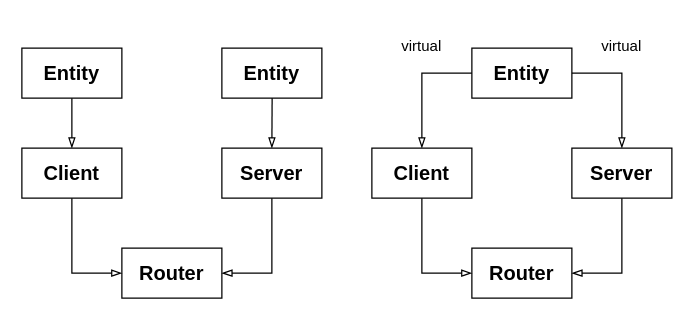
Before: projects/examples/source/03.14.drawio in i-s-m-mipt/Education, a draw.io diagram. Source tidied: cells renumbered, new cells numbered last; positions are measured from the earlier drawing's top-left corner, leaving out a move shared by most shapes. Both pictures are drawn from the tidied source at 125%, with x=0, y=0 at pixel (21, 21).
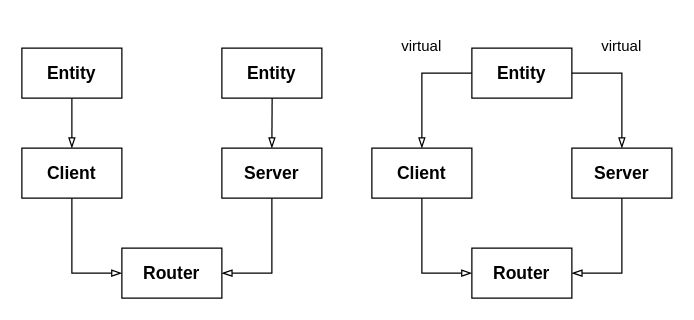
The same diagram, later.

Change to the diagram source:
```diff
@@
-    <mxCell id="5" value="&lt;b&gt;&lt;font face=&quot;Helvetica&quot; style=&quot;font-size: 16px;&quot;&gt;Entity&lt;/font&gt;&lt;/b&gt;" style="rounded=0;whiteSpace=wrap;html=1;fillColor=none;" parent="1" vertex="1">
+    <mxCell id="5" value="&lt;b&gt;&lt;font face=&quot;Helvetica&quot;&gt;Entity&lt;/font&gt;&lt;/b&gt;" style="rounded=0;whiteSpace=wrap;html=1;fillColor=none;fontSize=14;" parent="1" vertex="1">
       <mxGeometry y="21" width="80" height="40" as="geometry" />
     </mxCell>
-    <mxCell id="6" value="&lt;b&gt;&lt;font face=&quot;Helvetica&quot; style=&quot;font-size: 16px;&quot;&gt;Entity&lt;/font&gt;&lt;/b&gt;" style="rounded=0;whiteSpace=wrap;html=1;fillColor=none;" parent="1" vertex="1">
+    <mxCell id="6" value="&lt;b&gt;&lt;font face=&quot;Helvetica&quot;&gt;Entity&lt;/font&gt;&lt;/b&gt;" style="rounded=0;whiteSpace=wrap;html=1;fillColor=none;fontSize=14;" parent="1" vertex="1">
       <mxGeometry x="160" y="21" width="80" height="40" as="geometry" />
     </mxCell>
-    <mxCell id="7" value="&lt;b&gt;&lt;font face=&quot;Helvetica&quot; style=&quot;font-size: 16px;&quot;&gt;Client&lt;/font&gt;&lt;/b&gt;" style="rounded=0;whiteSpace=wrap;html=1;" parent="1" vertex="1">
+    <mxCell id="7" value="&lt;b&gt;&lt;font face=&quot;Helvetica&quot;&gt;Client&lt;/font&gt;&lt;/b&gt;" style="rounded=0;whiteSpace=wrap;html=1;fontSize=14;" parent="1" vertex="1">
       <mxGeometry y="101" width="80" height="40" as="geometry" />
     </mxCell>
-    <mxCell id="8" value="&lt;b&gt;&lt;font face=&quot;Helvetica&quot; style=&quot;font-size: 16px;&quot;&gt;Server&lt;/font&gt;&lt;/b&gt;" style="rounded=0;whiteSpace=wrap;html=1;" parent="1" vertex="1">
+    <mxCell id="8" value="&lt;b&gt;&lt;font face=&quot;Helvetica&quot;&gt;Server&lt;/font&gt;&lt;/b&gt;" style="rounded=0;whiteSpace=wrap;html=1;fontSize=14;" parent="1" vertex="1">
       <mxGeometry x="160" y="101" width="80" height="40" as="geometry" />
     </mxCell>
-    <mxCell id="9" value="&lt;b&gt;&lt;font face=&quot;Helvetica&quot; style=&quot;font-size: 16px;&quot;&gt;Router&lt;/font&gt;&lt;/b&gt;" style="rounded=0;whiteSpace=wrap;html=1;" parent="1" vertex="1">
+    <mxCell id="9" value="&lt;b&gt;&lt;font face=&quot;Helvetica&quot;&gt;Router&lt;/font&gt;&lt;/b&gt;" style="rounded=0;whiteSpace=wrap;html=1;fontSize=14;" parent="1" vertex="1">
       <mxGeometry x="80" y="181" width="80" height="40" as="geometry" />
     </mxCell>
@@
-    <mxCell id="14" value="&lt;b&gt;&lt;font face=&quot;Helvetica&quot; style=&quot;font-size: 16px;&quot;&gt;Entity&lt;/font&gt;&lt;/b&gt;" style="rounded=0;whiteSpace=wrap;html=1;fillColor=none;" parent="1" vertex="1">
+    <mxCell id="14" value="&lt;b&gt;&lt;font face=&quot;Helvetica&quot;&gt;Entity&lt;/font&gt;&lt;/b&gt;" style="rounded=0;whiteSpace=wrap;html=1;fillColor=none;fontSize=14;" parent="1" vertex="1">
       <mxGeometry x="360" y="21" width="80" height="40" as="geometry" />
     </mxCell>
-    <mxCell id="15" value="&lt;b&gt;&lt;font face=&quot;Helvetica&quot; style=&quot;font-size: 16px;&quot;&gt;Client&lt;/font&gt;&lt;/b&gt;" style="rounded=0;whiteSpace=wrap;html=1;" parent="1" vertex="1">
+    <mxCell id="15" value="&lt;b&gt;&lt;font face=&quot;Helvetica&quot;&gt;Client&lt;/font&gt;&lt;/b&gt;" style="rounded=0;whiteSpace=wrap;html=1;fontSize=14;" parent="1" vertex="1">
       <mxGeometry x="280" y="101" width="80" height="40" as="geometry" />
     </mxCell>
-    <mxCell id="16" value="&lt;b&gt;&lt;font face=&quot;Helvetica&quot; style=&quot;font-size: 16px;&quot;&gt;Server&lt;/font&gt;&lt;/b&gt;" style="rounded=0;whiteSpace=wrap;html=1;" parent="1" vertex="1">
+    <mxCell id="16" value="&lt;b&gt;&lt;font face=&quot;Helvetica&quot;&gt;Server&lt;/font&gt;&lt;/b&gt;" style="rounded=0;whiteSpace=wrap;html=1;fontSize=14;" parent="1" vertex="1">
       <mxGeometry x="440" y="101" width="80" height="40" as="geometry" />
     </mxCell>
-    <mxCell id="17" value="&lt;b&gt;&lt;font face=&quot;Helvetica&quot; style=&quot;font-size: 16px;&quot;&gt;Router&lt;/font&gt;&lt;/b&gt;" style="rounded=0;whiteSpace=wrap;html=1;" parent="1" vertex="1">
+    <mxCell id="17" value="&lt;b&gt;&lt;font face=&quot;Helvetica&quot;&gt;Router&lt;/font&gt;&lt;/b&gt;" style="rounded=0;whiteSpace=wrap;html=1;fontSize=14;" parent="1" vertex="1">
       <mxGeometry x="360" y="181" width="80" height="40" as="geometry" />
     </mxCell>
```
